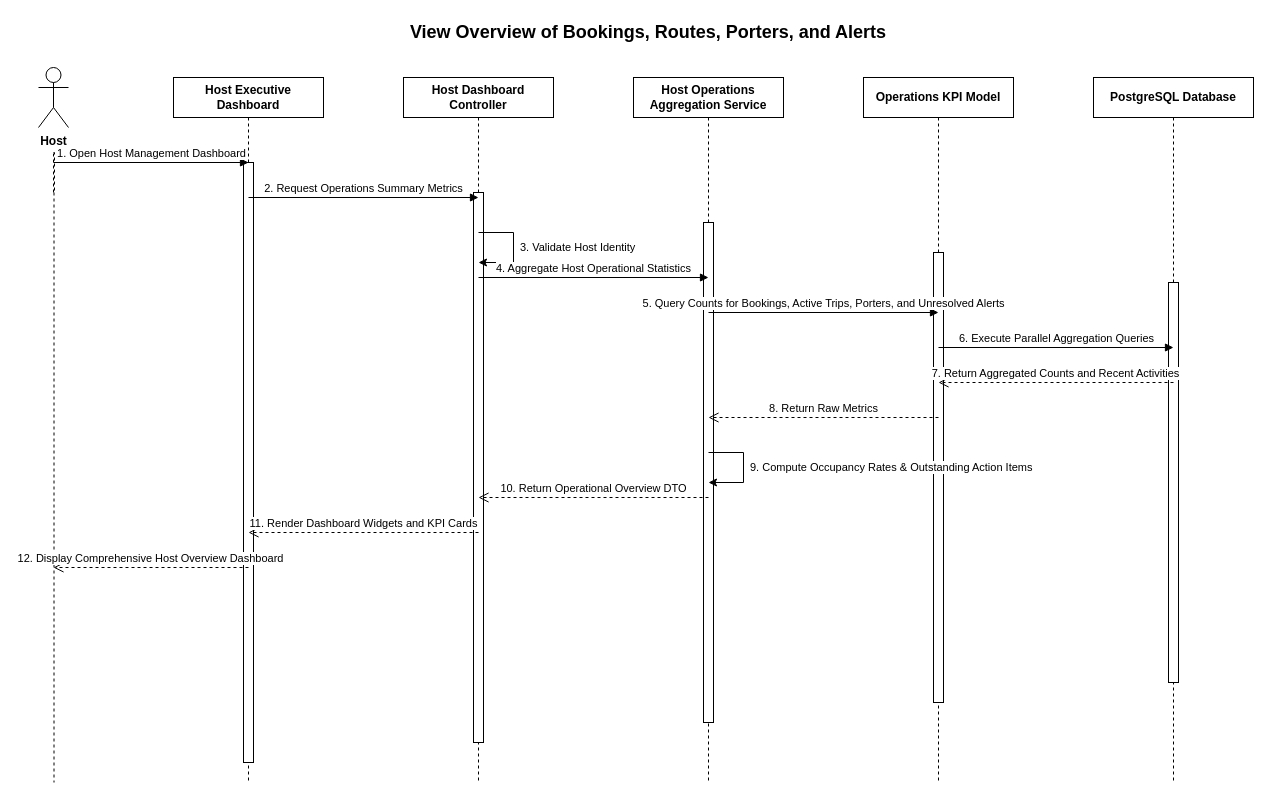
Earlier version of the draw.io diagram docs/sequence-diagrams/CTMS-87-View-Overview-of-Bookings-Routes-Porters-and-Alerts.drawio (SEM9-CAPSTONE/CTMS). Source tidied: cells renumbered, new cells numbered last; positions are measured from the earlier drawing's top-left corner, leaving out a move shared by most shapes. Both pictures are drawn from the tidied source at 100%, with x=0, y=0 at pixel (38, 17).
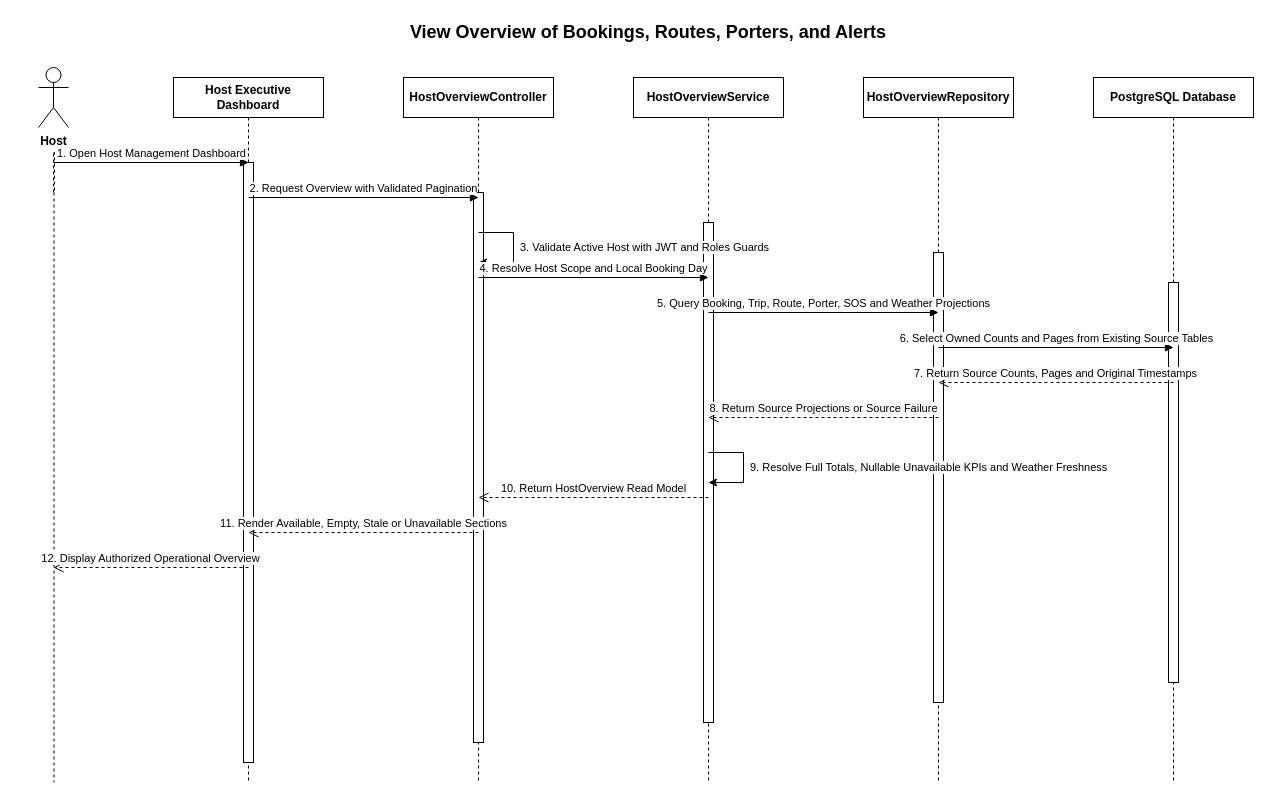
Above is the later version.

Diff of the diagram source:
```diff
@@
-    <mxCell id="7" value="Host Dashboard Controller" style="shape=umlLifeline;perimeter=lifelinePerimeter;whiteSpace=wrap;html=1;fillColor=#ffffff;strokeColor=#000000;fontColor=#000000;fontStyle=1;" parent="1" vertex="1">
+    <mxCell id="7" value="HostOverviewController" style="shape=umlLifeline;perimeter=lifelinePerimeter;whiteSpace=wrap;html=1;fillColor=#ffffff;strokeColor=#000000;fontColor=#000000;fontStyle=1;" parent="1" vertex="1">
       <mxGeometry x="365" y="60" width="150" height="705" as="geometry" />
     </mxCell>
@@
-    <mxCell id="9" value="Host Operations Aggregation Service" style="shape=umlLifeline;perimeter=lifelinePerimeter;whiteSpace=wrap;html=1;fillColor=#ffffff;strokeColor=#000000;fontColor=#000000;fontStyle=1;" parent="1" vertex="1">
+    <mxCell id="9" value="HostOverviewService" style="shape=umlLifeline;perimeter=lifelinePerimeter;whiteSpace=wrap;html=1;fillColor=#ffffff;strokeColor=#000000;fontColor=#000000;fontStyle=1;" parent="1" vertex="1">
       <mxGeometry x="595" y="60" width="150" height="705" as="geometry" />
     </mxCell>
@@
-    <mxCell id="11" value="Operations KPI Model" style="shape=umlLifeline;perimeter=lifelinePerimeter;whiteSpace=wrap;html=1;fillColor=#ffffff;strokeColor=#000000;fontColor=#000000;fontStyle=1;" parent="1" vertex="1">
+    <mxCell id="11" value="HostOverviewRepository" style="shape=umlLifeline;perimeter=lifelinePerimeter;whiteSpace=wrap;html=1;fillColor=#ffffff;strokeColor=#000000;fontColor=#000000;fontStyle=1;" parent="1" vertex="1">
       <mxGeometry x="825" y="60" width="150" height="705" as="geometry" />
     </mxCell>
@@
-    <mxCell id="15" value="1. Open Host Management Dashboard" style="html=1;verticalAlign=bottom;endArrow=block;edgeStyle=none;rounded=0;strokeColor=#000000;fontColor=#000000;fillColor=none;labelBackgroundColor=#ffffff;" parent="1" edge="1">
+    <mxCell id="15" value="1. Open Host Management Dashboard" style="html=1;verticalAlign=bottom;endArrow=block;edgeStyle=none;rounded=0;strokeColor=#000000;fontColor=#000000;fillColor=none;labelBackgroundColor=#ffffff;labelBackgroundColor=#ffffff;fontColor=#000000;" parent="1" edge="1">
       <mxGeometry relative="1" as="geometry">
         <mxPoint x="15" y="145" as="sourcePoint" />
         <mxPoint x="210" y="145" as="targetPoint" />
       </mxGeometry>
     </mxCell>
-    <mxCell id="16" value="2. Request Operations Summary Metrics" style="html=1;verticalAlign=bottom;endArrow=block;edgeStyle=none;rounded=0;strokeColor=#000000;fontColor=#000000;fillColor=none;labelBackgroundColor=#ffffff;" parent="1" edge="1">
+    <mxCell id="16" value="2. Request Overview with Validated Pagination" style="html=1;verticalAlign=bottom;endArrow=block;edgeStyle=none;rounded=0;strokeColor=#000000;fontColor=#000000;fillColor=none;labelBackgroundColor=#ffffff;labelBackgroundColor=#ffffff;fontColor=#000000;" parent="1" edge="1">
       <mxGeometry relative="1" as="geometry">
         <mxPoint x="210" y="180" as="sourcePoint" />
         <mxPoint x="440" y="180" as="targetPoint" />
       </mxGeometry>
     </mxCell>
-    <mxCell id="17" value="3. Validate Host Identity" style="html=1;align=left;spacingLeft=5;verticalAlign=middle;rounded=0;edgeStyle=orthogonalEdgeStyle;endArrow=classic;strokeColor=#000000;fontColor=#000000;fillColor=none;labelBackgroundColor=#ffffff;" parent="1" edge="1">
+    <mxCell id="17" value="3. Validate Active Host with JWT and Roles Guards" style="html=1;align=left;spacingLeft=5;verticalAlign=middle;rounded=0;edgeStyle=orthogonalEdgeStyle;endArrow=classic;strokeColor=#000000;fontColor=#000000;fillColor=none;labelBackgroundColor=#ffffff;labelBackgroundColor=#ffffff;fontColor=#000000;" parent="1" edge="1">
       <mxGeometry relative="1" as="geometry">
         <mxPoint x="440" y="215" as="sourcePoint" />
         <mxPoint x="440" y="245" as="targetPoint" />
         <Array as="points">
           <mxPoint x="475" y="215" />
           <mxPoint x="475" y="245" />
         </Array>
       </mxGeometry>
     </mxCell>
-    <mxCell id="18" value="4. Aggregate Host Operational Statistics" style="html=1;verticalAlign=bottom;endArrow=block;edgeStyle=none;rounded=0;strokeColor=#000000;fontColor=#000000;fillColor=none;labelBackgroundColor=#ffffff;" parent="1" edge="1">
+    <mxCell id="18" value="4. Resolve Host Scope and Local Booking Day" style="html=1;verticalAlign=bottom;endArrow=block;edgeStyle=none;rounded=0;strokeColor=#000000;fontColor=#000000;fillColor=none;labelBackgroundColor=#ffffff;labelBackgroundColor=#ffffff;fontColor=#000000;" parent="1" edge="1">
       <mxGeometry relative="1" as="geometry">
         <mxPoint x="440" y="260" as="sourcePoint" />
         <mxPoint x="670" y="260" as="targetPoint" />
       </mxGeometry>
     </mxCell>
-    <mxCell id="19" value="5. Query Counts for Bookings, Active Trips, Porters, and Unresolved Alerts" style="html=1;verticalAlign=bottom;endArrow=block;edgeStyle=none;rounded=0;strokeColor=#000000;fontColor=#000000;fillColor=none;labelBackgroundColor=#ffffff;" parent="1" edge="1">
+    <mxCell id="19" value="5. Query Booking, Trip, Route, Porter, SOS and Weather Projections" style="html=1;verticalAlign=bottom;endArrow=block;edgeStyle=none;rounded=0;strokeColor=#000000;fontColor=#000000;fillColor=none;labelBackgroundColor=#ffffff;labelBackgroundColor=#ffffff;fontColor=#000000;" parent="1" edge="1">
       <mxGeometry relative="1" as="geometry">
         <mxPoint x="670" y="295" as="sourcePoint" />
         <mxPoint x="900" y="295" as="targetPoint" />
       </mxGeometry>
     </mxCell>
-    <mxCell id="20" value="6. Execute Parallel Aggregation Queries" style="html=1;verticalAlign=bottom;endArrow=block;edgeStyle=none;rounded=0;strokeColor=#000000;fontColor=#000000;fillColor=none;labelBackgroundColor=#ffffff;" parent="1" edge="1">
+    <mxCell id="20" value="6. Select Owned Counts and Pages from Existing Source Tables" style="html=1;verticalAlign=bottom;endArrow=block;edgeStyle=none;rounded=0;strokeColor=#000000;fontColor=#000000;fillColor=none;labelBackgroundColor=#ffffff;labelBackgroundColor=#ffffff;fontColor=#000000;" parent="1" edge="1">
       <mxGeometry relative="1" as="geometry">
         <mxPoint x="900" y="330" as="sourcePoint" />
         <mxPoint x="1135" y="330" as="targetPoint" />
       </mxGeometry>
     </mxCell>
-    <mxCell id="21" value="7. Return Aggregated Counts and Recent Activities" style="html=1;verticalAlign=bottom;endArrow=open;dashed=1;endSize=8;edgeStyle=none;rounded=0;strokeColor=#000000;fontColor=#000000;fillColor=none;labelBackgroundColor=#ffffff;" parent="1" edge="1">
+    <mxCell id="21" value="7. Return Source Counts, Pages and Original Timestamps" style="html=1;verticalAlign=bottom;endArrow=open;dashed=1;endSize=8;edgeStyle=none;rounded=0;strokeColor=#000000;fontColor=#000000;fillColor=none;labelBackgroundColor=#ffffff;labelBackgroundColor=#ffffff;fontColor=#000000;" parent="1" edge="1">
       <mxGeometry relative="1" as="geometry">
         <mxPoint x="1135" y="365" as="sourcePoint" />
         <mxPoint x="900" y="365" as="targetPoint" />
       </mxGeometry>
     </mxCell>
-    <mxCell id="22" value="8. Return Raw Metrics" style="html=1;verticalAlign=bottom;endArrow=open;dashed=1;endSize=8;edgeStyle=none;rounded=0;strokeColor=#000000;fontColor=#000000;fillColor=none;labelBackgroundColor=#ffffff;" parent="1" edge="1">
+    <mxCell id="22" value="8. Return Source Projections or Source Failure" style="html=1;verticalAlign=bottom;endArrow=open;dashed=1;endSize=8;edgeStyle=none;rounded=0;strokeColor=#000000;fontColor=#000000;fillColor=none;labelBackgroundColor=#ffffff;labelBackgroundColor=#ffffff;fontColor=#000000;" parent="1" edge="1">
       <mxGeometry relative="1" as="geometry">
         <mxPoint x="900" y="400" as="sourcePoint" />
         <mxPoint x="670" y="400" as="targetPoint" />
       </mxGeometry>
     </mxCell>
-    <mxCell id="23" value="9. Compute Occupancy Rates &amp; Outstanding Action Items" style="html=1;align=left;spacingLeft=5;verticalAlign=middle;rounded=0;edgeStyle=orthogonalEdgeStyle;endArrow=classic;strokeColor=#000000;fontColor=#000000;fillColor=none;labelBackgroundColor=#ffffff;" parent="1" edge="1">
+    <mxCell id="23" value="9. Resolve Full Totals, Nullable Unavailable KPIs and Weather Freshness" style="html=1;align=left;spacingLeft=5;verticalAlign=middle;rounded=0;edgeStyle=orthogonalEdgeStyle;endArrow=classic;strokeColor=#000000;fontColor=#000000;fillColor=none;labelBackgroundColor=#ffffff;labelBackgroundColor=#ffffff;fontColor=#000000;" parent="1" edge="1">
       <mxGeometry relative="1" as="geometry">
         <mxPoint x="670" y="435" as="sourcePoint" />
         <mxPoint x="670" y="465" as="targetPoint" />
         <Array as="points">
           <mxPoint x="705" y="435" />
           <mxPoint x="705" y="465" />
         </Array>
       </mxGeometry>
     </mxCell>
-    <mxCell id="24" value="10. Return Operational Overview DTO" style="html=1;verticalAlign=bottom;endArrow=open;dashed=1;endSize=8;edgeStyle=none;rounded=0;strokeColor=#000000;fontColor=#000000;fillColor=none;labelBackgroundColor=#ffffff;" parent="1" edge="1">
+    <mxCell id="24" value="10. Return HostOverview Read Model" style="html=1;verticalAlign=bottom;endArrow=open;dashed=1;endSize=8;edgeStyle=none;rounded=0;strokeColor=#000000;fontColor=#000000;fillColor=none;labelBackgroundColor=#ffffff;labelBackgroundColor=#ffffff;fontColor=#000000;" parent="1" edge="1">
       <mxGeometry relative="1" as="geometry">
         <mxPoint x="670" y="480" as="sourcePoint" />
         <mxPoint x="440" y="480" as="targetPoint" />
       </mxGeometry>
     </mxCell>
-    <mxCell id="25" value="11. Render Dashboard Widgets and KPI Cards" style="html=1;verticalAlign=bottom;endArrow=open;dashed=1;endSize=8;edgeStyle=none;rounded=0;strokeColor=#000000;fontColor=#000000;fillColor=none;labelBackgroundColor=#ffffff;" parent="1" edge="1">
+    <mxCell id="25" value="11. Render Available, Empty, Stale or Unavailable Sections" style="html=1;verticalAlign=bottom;endArrow=open;dashed=1;endSize=8;edgeStyle=none;rounded=0;strokeColor=#000000;fontColor=#000000;fillColor=none;labelBackgroundColor=#ffffff;labelBackgroundColor=#ffffff;fontColor=#000000;" parent="1" edge="1">
       <mxGeometry relative="1" as="geometry">
         <mxPoint x="440" y="515" as="sourcePoint" />
         <mxPoint x="210" y="515" as="targetPoint" />
       </mxGeometry>
     </mxCell>
-    <mxCell id="26" value="12. Display Comprehensive Host Overview Dashboard" style="html=1;verticalAlign=bottom;endArrow=open;dashed=1;endSize=8;edgeStyle=none;rounded=0;strokeColor=#000000;fontColor=#000000;fillColor=none;labelBackgroundColor=#ffffff;" parent="1" edge="1">
+    <mxCell id="26" value="12. Display Authorized Operational Overview" style="html=1;verticalAlign=bottom;endArrow=open;dashed=1;endSize=8;edgeStyle=none;rounded=0;strokeColor=#000000;fontColor=#000000;fillColor=none;labelBackgroundColor=#ffffff;labelBackgroundColor=#ffffff;fontColor=#000000;" parent="1" edge="1">
       <mxGeometry relative="1" as="geometry">
         <mxPoint x="210" y="550" as="sourcePoint" />
         <mxPoint x="15" y="550" as="targetPoint" />
       </mxGeometry>
     </mxCell>
```
